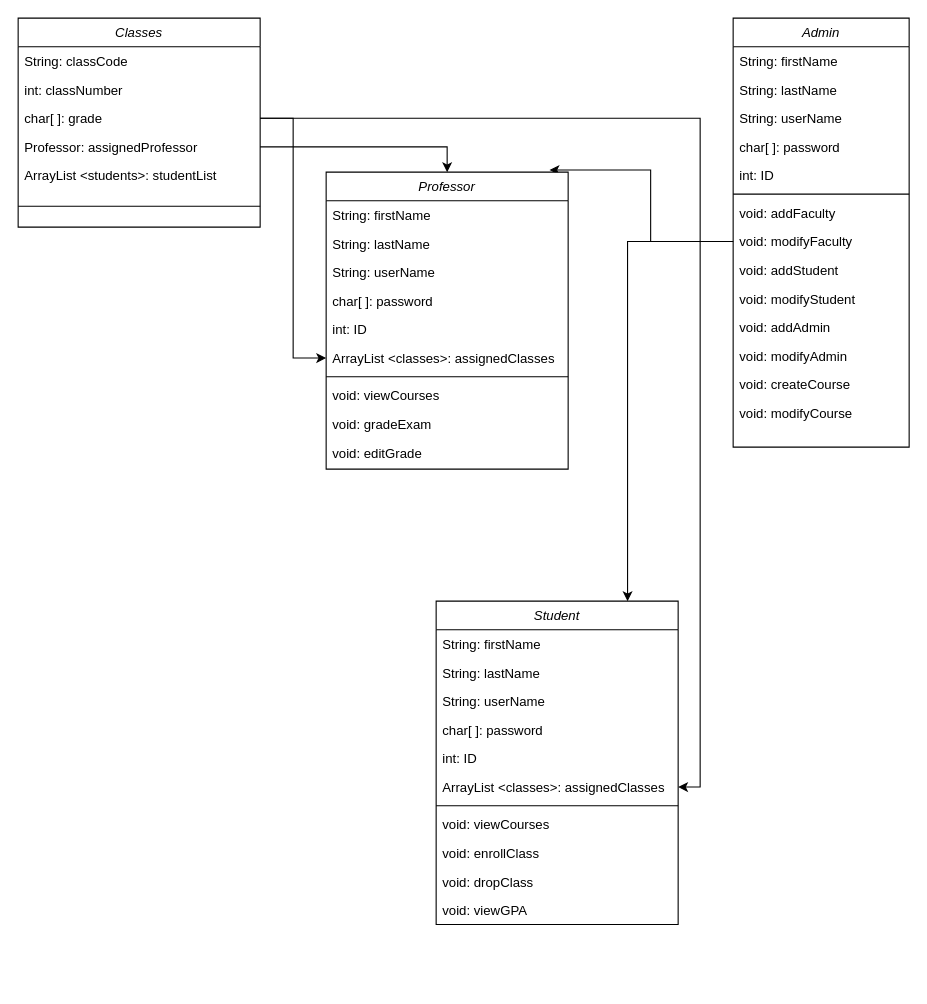
Before: documents/UML Diagram.drawio in UHD-Software-Engineering/cs3321-team-project, a draw.io diagram. Source tidied: cells renumbered, new cells numbered last; positions are measured from the earlier drawing's top-left corner, leaving out a move shared by most shapes. Both pictures are drawn from the tidied source at 110%, with x=0, y=0 at pixel (18, 18).
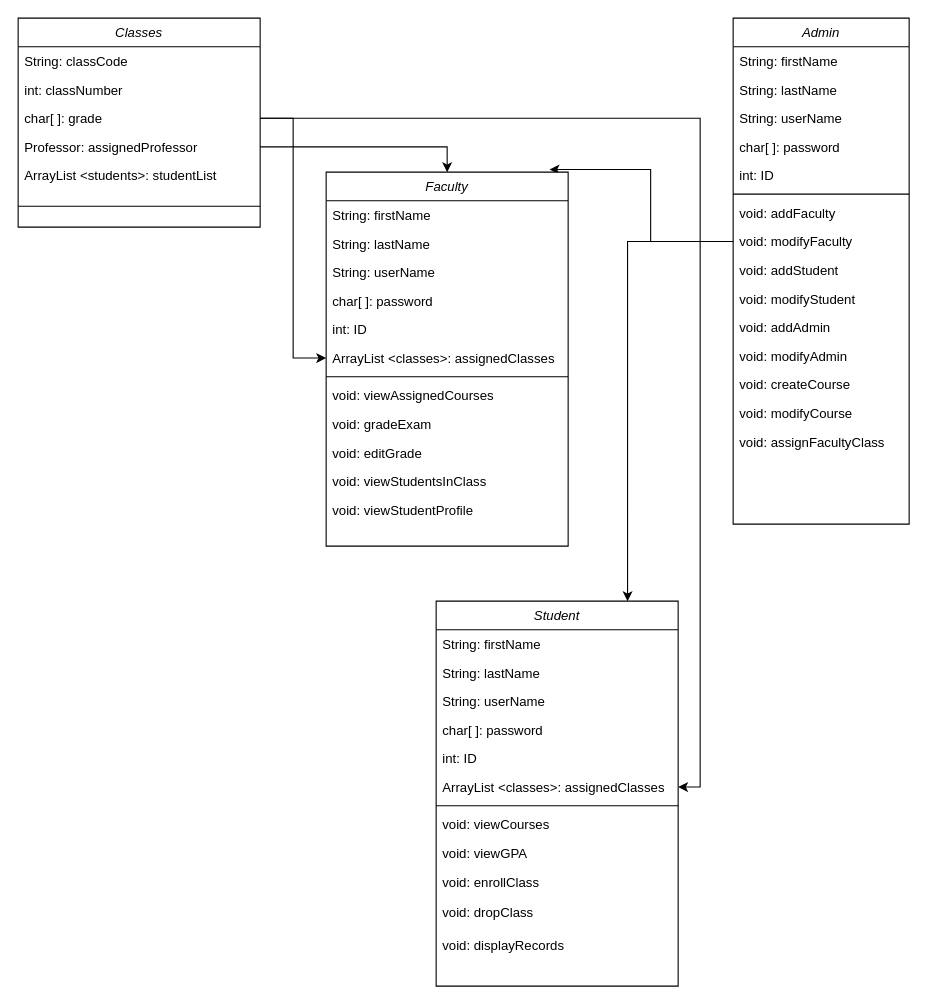
The same diagram, later.

Commit message (it also covers changes not shown here):
Test cases and UML Diagram final

Change on the UML Diagram on the students methods and Test cases for all users.

What changed in the source:
```diff
@@
     <mxCell id="2" value="Admin" style="swimlane;fontStyle=2;align=center;verticalAlign=top;horizontal=1;startSize=26;rounded=0;shadow=0;strokeWidth=1;" parent="1" vertex="1">
-      <mxGeometry x="650" width="160" height="390" as="geometry" />
+      <mxGeometry x="650" width="160" height="460" as="geometry" />
     </mxCell>
@@
+    <mxCell id="52" value="void: assignFacultyClass" style="text;align=left;verticalAlign=top;spacingLeft=4;spacingRight=4;overflow=hidden;" parent="2" vertex="1">
+      <mxGeometry y="372" width="160" height="32" as="geometry" />
+    </mxCell>
@@
-    <mxCell id="29" value="Professor" style="swimlane;fontStyle=2;align=center;verticalAlign=top;horizontal=1;startSize=26;rounded=0;shadow=0;strokeWidth=1;" parent="1" vertex="1">
-      <mxGeometry x="280" y="140" width="220" height="270" as="geometry" />
+    <mxCell id="29" value="Faculty" style="swimlane;fontStyle=2;align=center;verticalAlign=top;horizontal=1;startSize=26;rounded=0;shadow=0;strokeWidth=1;" parent="1" vertex="1">
+      <mxGeometry x="280" y="140" width="220" height="340" as="geometry" />
     </mxCell>
@@
-    <mxCell id="37" value="void: viewCourses" style="text;align=left;verticalAlign=top;spacingLeft=4;spacingRight=4;overflow=hidden;" parent="29" vertex="1">
+    <mxCell id="37" value="void: viewAssignedCourses" style="text;align=left;verticalAlign=top;spacingLeft=4;spacingRight=4;overflow=hidden;" parent="29" vertex="1">
       <mxGeometry y="190" width="220" height="26" as="geometry" />
     </mxCell>
@@
+    <mxCell id="53" value="void: viewStudentsInClass" style="text;align=left;verticalAlign=top;spacingLeft=4;spacingRight=4;overflow=hidden;" parent="29" vertex="1">
+      <mxGeometry y="268" width="220" height="26" as="geometry" />
+    </mxCell>
+    <mxCell id="54" value="void: viewStudentProfile" style="text;align=left;verticalAlign=top;spacingLeft=4;spacingRight=4;overflow=hidden;" parent="29" vertex="1">
+      <mxGeometry y="294" width="220" height="26" as="geometry" />
+    </mxCell>
     <mxCell id="40" value="Student" style="swimlane;fontStyle=2;align=center;verticalAlign=top;horizontal=1;startSize=26;rounded=0;shadow=0;strokeWidth=1;" parent="1" vertex="1">
-      <mxGeometry x="380" y="530" width="220" height="294" as="geometry" />
+      <mxGeometry x="380" y="530" width="220" height="350" as="geometry" />
     </mxCell>
@@
+    <mxCell id="51" value="void: viewGPA" style="text;align=left;verticalAlign=top;spacingLeft=4;spacingRight=4;overflow=hidden;" parent="40" vertex="1">
+      <mxGeometry y="216" width="220" height="26" as="geometry" />
+    </mxCell>
     <mxCell id="49" value="void: enrollClass" style="text;align=left;verticalAlign=top;spacingLeft=4;spacingRight=4;overflow=hidden;" parent="40" vertex="1">
-      <mxGeometry y="216" width="220" height="26" as="geometry" />
+      <mxGeometry y="242" width="220" height="26" as="geometry" />
     </mxCell>
-    <mxCell id="50" value="void: dropClass" style="text;align=left;verticalAlign=top;spacingLeft=4;spacingRight=4;overflow=hidden;" parent="40" vertex="1">
-      <mxGeometry y="242" width="220" height="26" as="geometry" />
+    <mxCell id="50" value="void: dropClass" style="text;align=left;verticalAlign=top;spacingLeft=4;spacingRight=4;overflow=hidden;" parent="1" vertex="1">
+      <mxGeometry x="380" y="800" width="160" height="30" as="geometry" />
     </mxCell>
-    <mxCell id="51" value="void: viewGPA" style="text;align=left;verticalAlign=top;spacingLeft=4;spacingRight=4;overflow=hidden;" parent="40" vertex="1">
-      <mxGeometry y="268" width="220" height="26" as="geometry" />
-    </mxCell>
+    <mxCell id="55" value="void: displayRecords" style="text;align=left;verticalAlign=top;spacingLeft=4;spacingRight=4;overflow=hidden;" parent="1" vertex="1">
+      <mxGeometry x="380" y="830" width="160" height="30" as="geometry" />
+    </mxCell>
```
